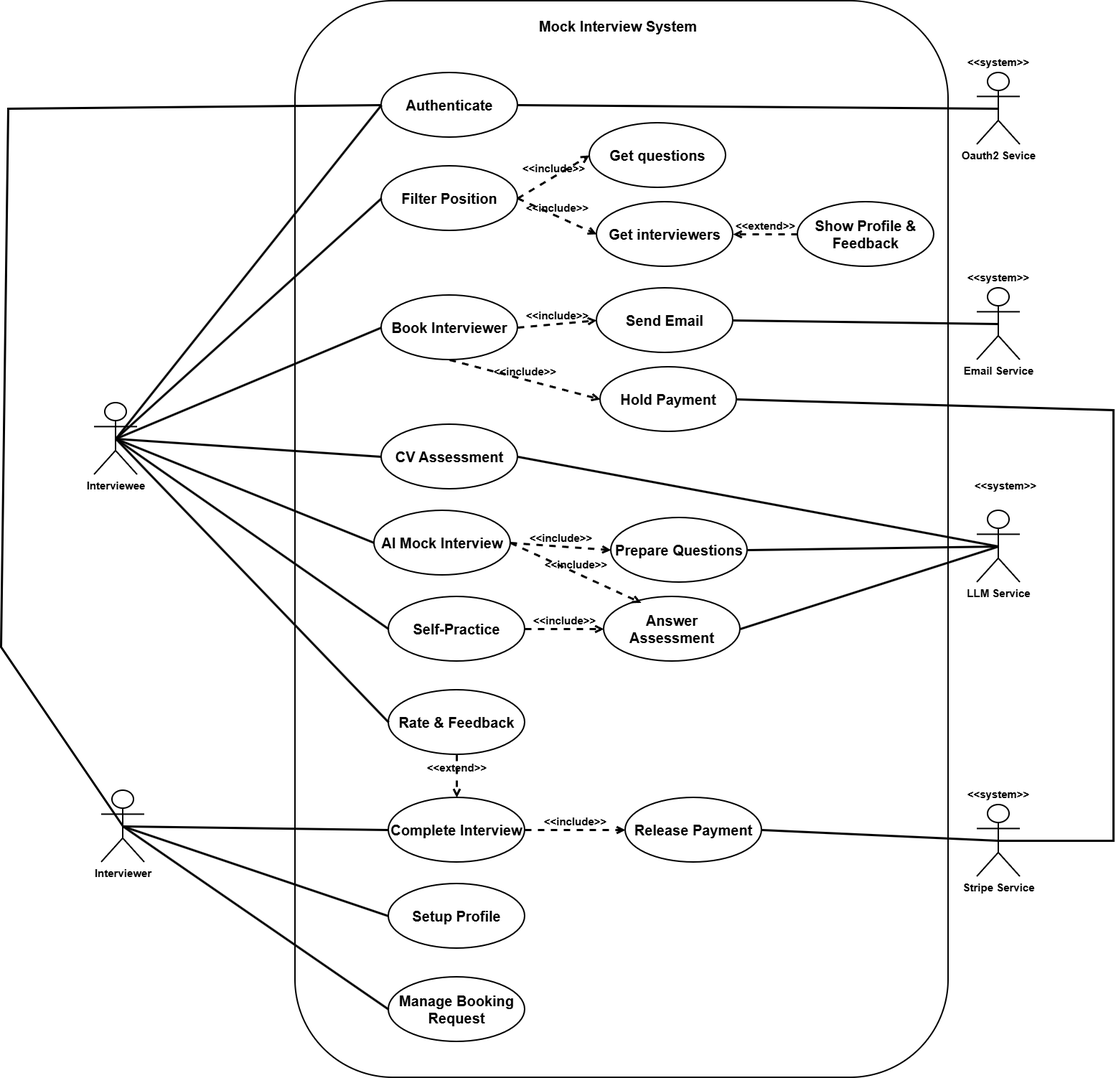
Quanbro07/SE-Master-Interview keeps this draw.io diagram as docs/analysis_and_design/use_case_UML/UseCase picture.png. Above is the earlier version. Source tidied: cells renumbered, new cells last; positions are measured from the earlier drawing's top-left corner, leaving out a move shared by most shapes.
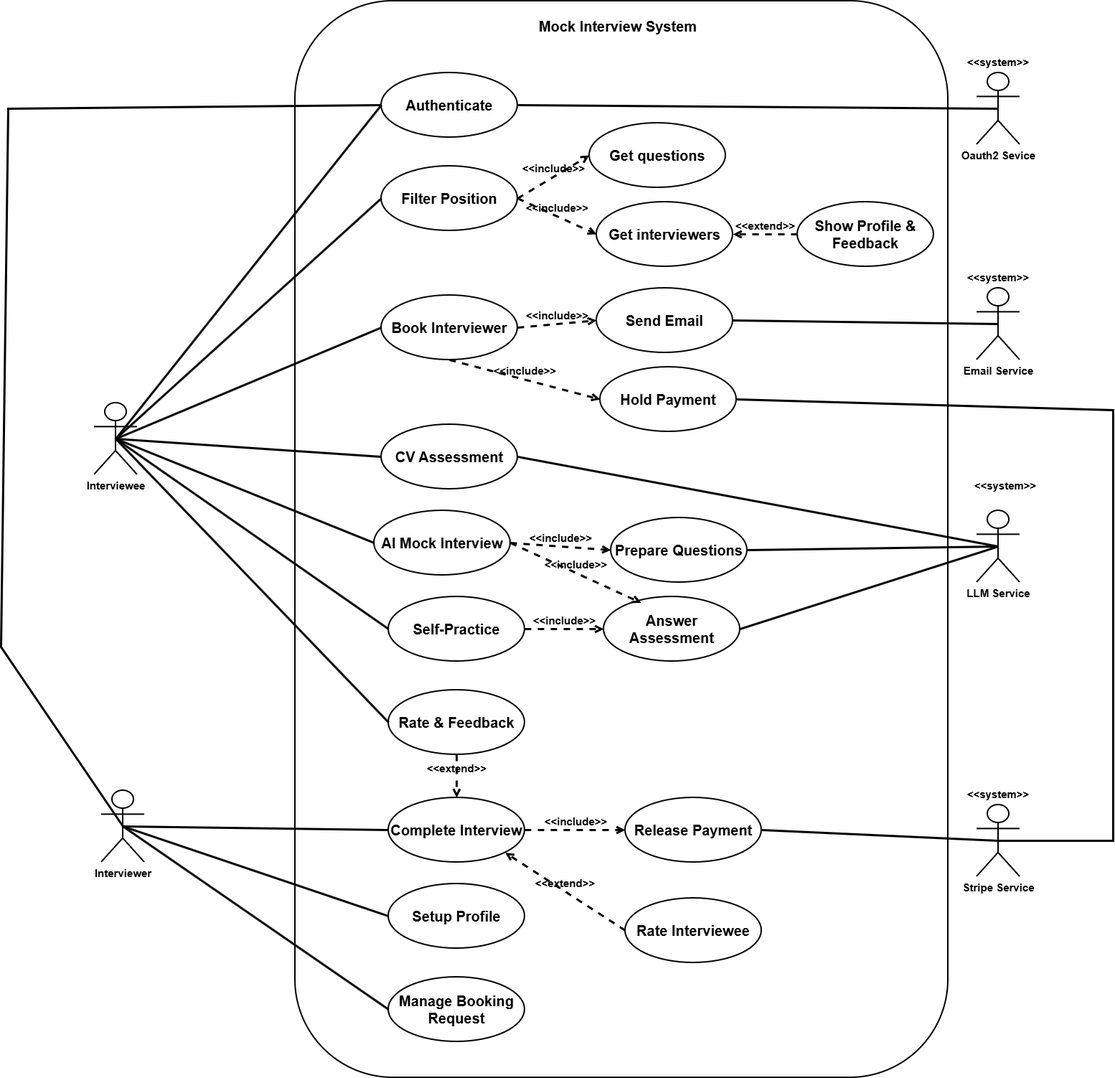
Above is the later version.

Commit message:
update use case picture

Diff of the diagram source:
```diff
@@ -186,5 +186,11 @@
     <mxCell id="59" style="endArrow=none;html=1;rounded=0;strokeWidth=3;entryX=0;entryY=0.5;entryDx=0;entryDy=0;exitX=0.5;exitY=0.5;exitDx=0;exitDy=0;exitPerimeter=0;" parent="1" edge="1" source="27" target="58">
       <mxGeometry relative="1" as="geometry" />
     </mxCell>
+    <mxCell id="60" value="&lt;span style=&quot;font-size: 20px;&quot;&gt;&lt;b&gt;Rate Interviewee&lt;/b&gt;&lt;/span&gt;" style="ellipse;whiteSpace=wrap;html=1;strokeWidth=2;" parent="1" vertex="1">
+      <mxGeometry x="870" y="1250" width="190" height="90" as="geometry" />
+    </mxCell>
+    <mxCell id="61" value="&lt;font style=&quot;font-size: 15px;&quot;&gt;&lt;b&gt;&amp;lt;&amp;lt;extend&amp;gt;&amp;gt;&lt;/b&gt;&lt;/font&gt;" style="html=1;verticalAlign=bottom;labelBackgroundColor=none;endArrow=open;endFill=0;dashed=1;rounded=0;strokeWidth=3;strokeColor=default;entryX=1;entryY=1;entryDx=0;entryDy=0;exitX=0;exitY=0.5;exitDx=0;exitDy=0;" parent="1" edge="1" source="60" target="24">
+      <mxGeometry relative="1" as="geometry" />
+    </mxCell>
   </root>
 </mxGraphModel>
```
